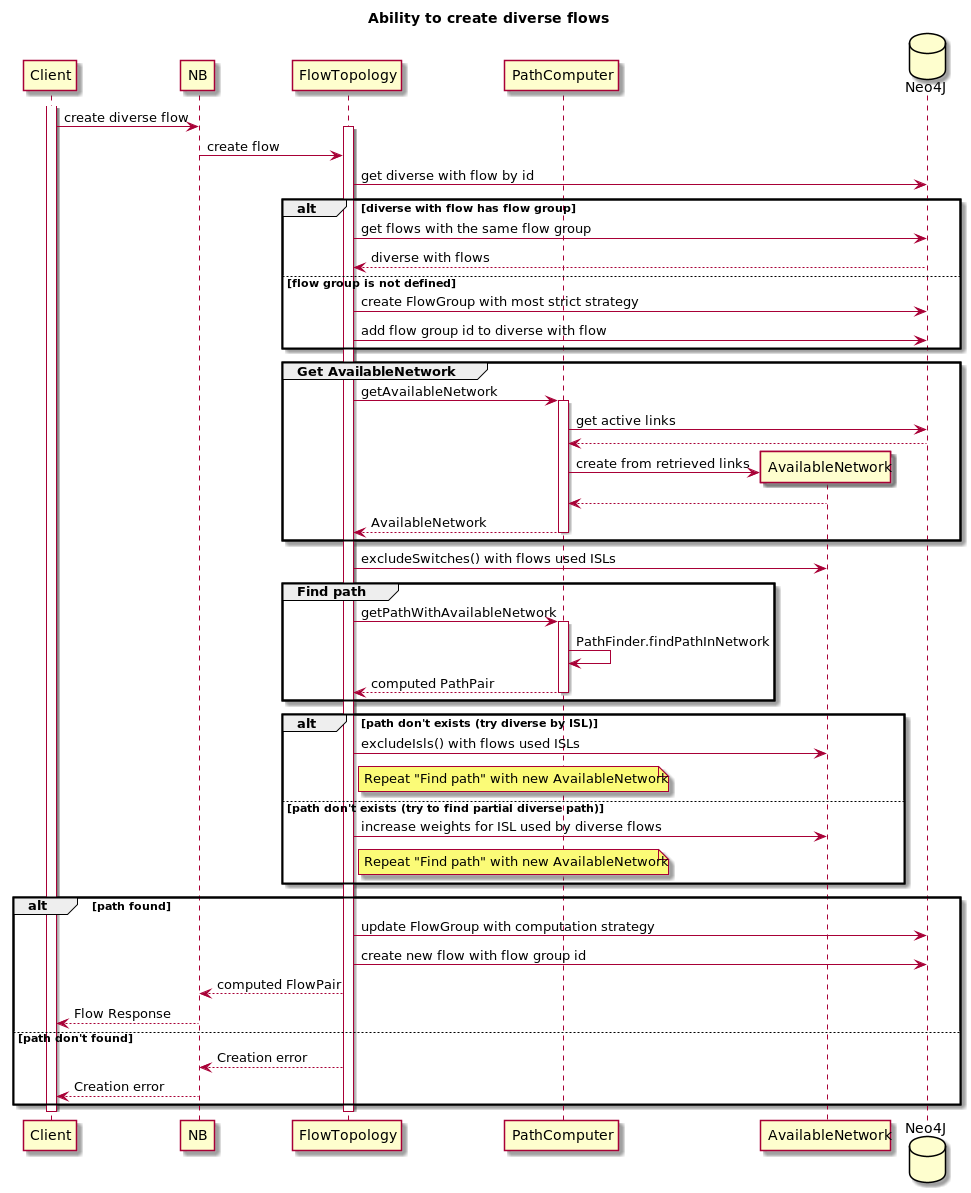
Above: docs/design/solutions/pce-diverse-flows/pce-diverse-flows-create.png in telstra/open-kilda (PlantUML), before the change.
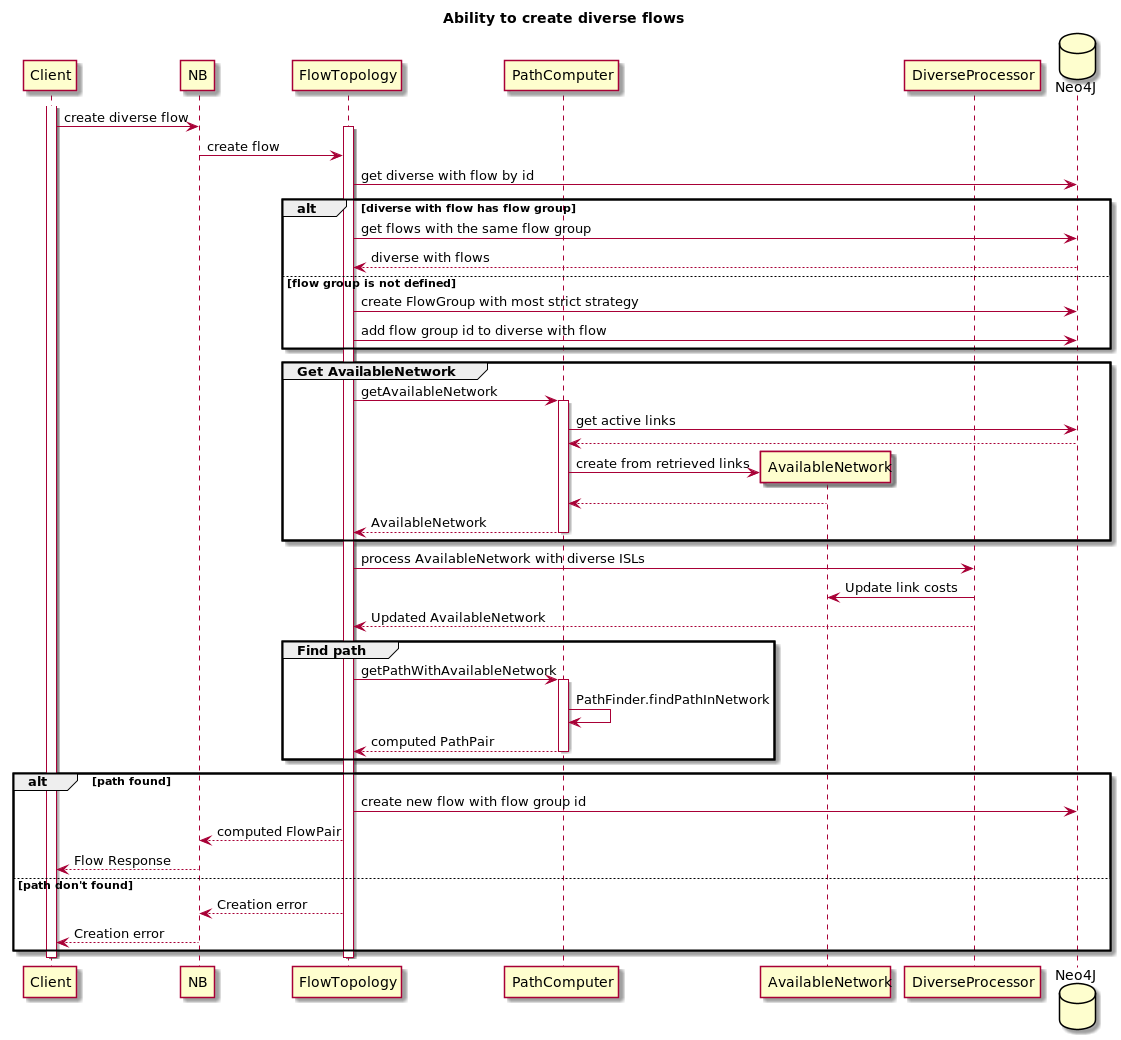
After the commit.

Commit message:
Diverse flows proposal update

What changed in the source:
```diff
@@ -6,6 +6,7 @@
 participant FlowTopology as Storm
 participant "PathComputer" as Computer
 participant "AvailableNetwork" as Network
+participant "DiverseProcessor" as Processor
 database "Neo4J" as DB
 
 activate Client
@@ -35,7 +36,9 @@
     deactivate Computer
 end
 
-Storm -> Network: excludeSwitches() with flows used ISLs
+Storm -> Processor: process AvailableNetwork with diverse ISLs
+Processor -> Network: Update link costs
+Processor --> Storm: Updated AvailableNetwork
 
 group Find path
     Storm -> Computer: getPathWithAvailableNetwork
@@ -45,21 +48,7 @@
     deactivate Computer
 end
 
-alt path don't exists (try diverse by ISL)
-    Storm -> Network: excludeIsls() with flows used ISLs
-    note right of Storm
-        Repeat "Find path" with new AvailableNetwork
-    end note
-
-else path don't exists (try to find partial diverse path)
-    Storm -> Network: increase weights for ISL used by diverse flows
-    note right of Storm
-        Repeat "Find path" with new AvailableNetwork
-    end note
-end
-
 alt path found
-    Storm -> DB: update FlowGroup with computation strategy
     Storm -> DB: create new flow with flow group id
     Storm --> NB: computed FlowPair
     NB --> Client: Flow Response
```
